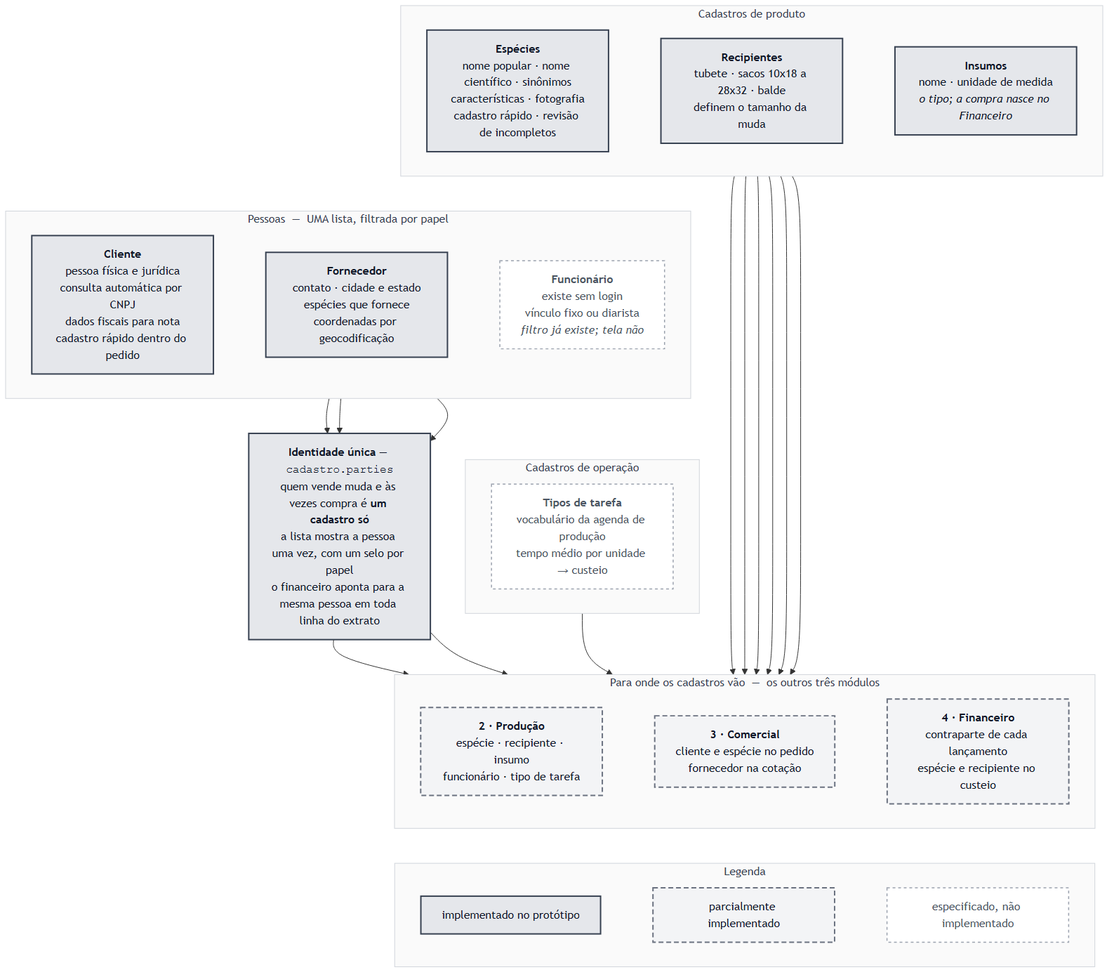
JoaoMudar/mudar keeps this Mermaid diagram as docs/rotinas/img/mapa-1-cadastros.png. Above is the earlier version. Its source is kept beside it as docs/rotinas/img/mapa-1-cadastros.mmd.
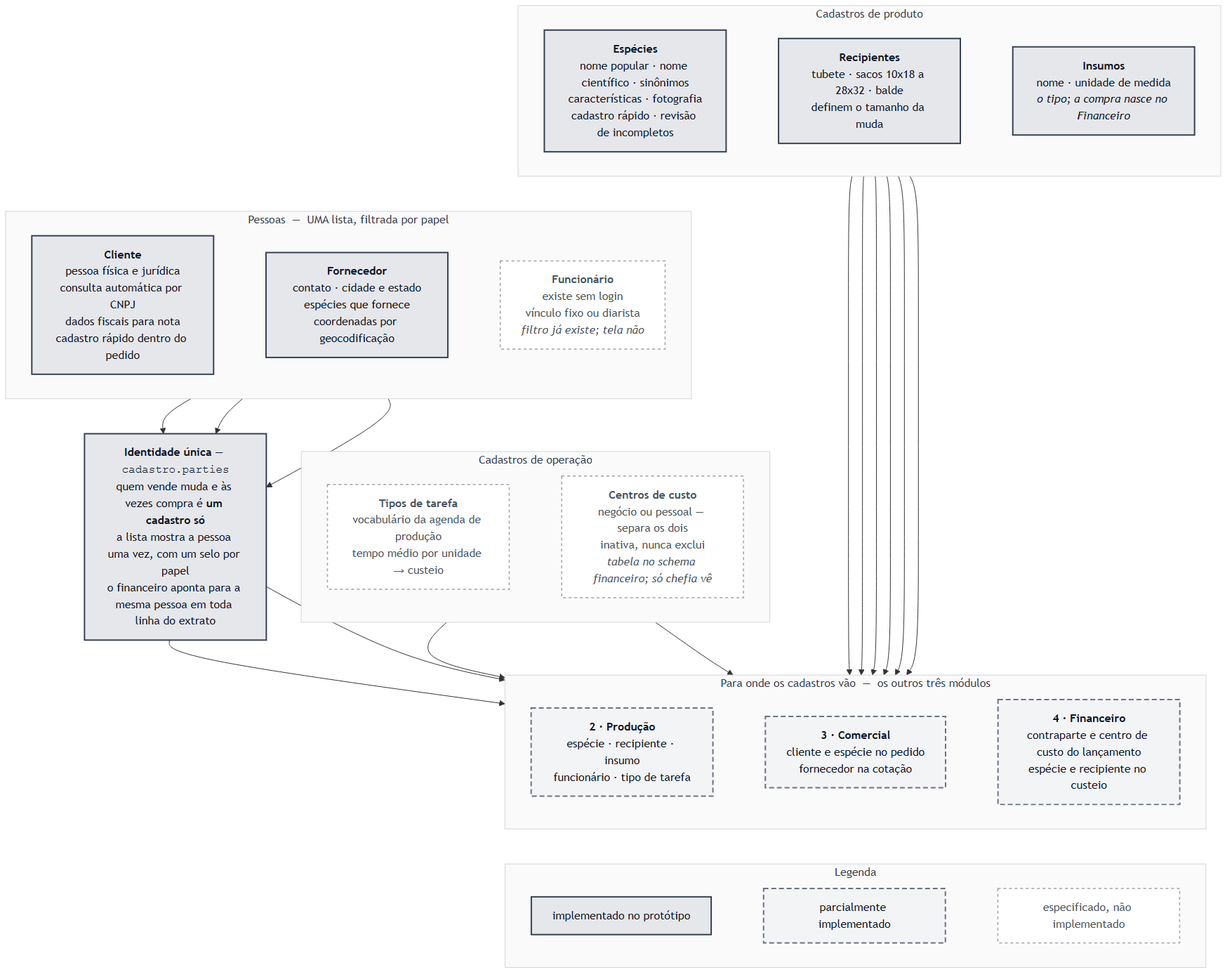
Later version of the same file.

Diff of the diagram source:
```diff
@@ -20,13 +20,15 @@
   subgraph OPER["Cadastros de operação"]
     direction LR
     TIP["<b>Tipos de tarefa</b><br/>vocabulário da agenda de produção<br/>tempo médio por unidade &rarr; custeio"]
+    CCU["<b>Centros de custo</b><br/>negócio ou pessoal &mdash; separa os dois<br/>inativa, nunca exclui<br/><i>tabela no schema financeiro; só chefia vê</i>"]
+    TIP ~~~ CCU
   end
 
   subgraph CONS["Para onde os cadastros vão &nbsp;&mdash;&nbsp; os outros três módulos"]
     direction LR
     D2["<b>2 · Produção</b><br/>espécie · recipiente · insumo<br/>funcionário · tipo de tarefa"]
     D3["<b>3 · Comercial</b><br/>cliente e espécie no pedido<br/>fornecedor na cotação"]
-    D4["<b>4 · Financeiro</b><br/>contraparte de cada lançamento<br/>espécie e recipiente no custeio"]
+    D4["<b>4 · Financeiro</b><br/>contraparte e centro de custo do lançamento<br/>espécie e recipiente no custeio"]
     D2 ~~~ D3 ~~~ D4
   end
 
@@ -41,6 +43,7 @@
   REC --> D2
   INS --> D2
   TIP --> D2
+  CCU --> D4
   ESP --> D3
   IDE --> D3
   ESP --> D4
@@ -65,5 +68,5 @@
 
   class ESP,REC,INS,CLI,FOR,IDE,L1 ok
   class D2,D3,D4,L2 meio
-  class FUN,TIP,L3 falta
+  class FUN,TIP,CCU,L3 falta
   class PRODU,PESSOAS,OPER,CONS,LEG grupo
```
